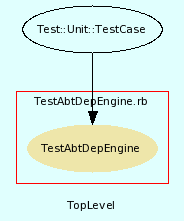
Above: src/trunk/doc/dot/f_9.png in eschabell/abtlinux (Graphviz), before the change. Its source is kept beside it as src/trunk/doc/dot/f_9.dot.
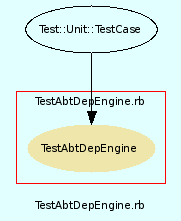
The same file after the commit.

The edit, as a diff of the source:
```diff
@@ -3,7 +3,7 @@
     bgcolor = lightcyan1
     fontname = Arial
     fontsize = 8
-    label = "TopLevel"
+    label = "TestAbtDepEngine.rb"
     node [
         fontname = Arial,
         fontsize = 8,
```
